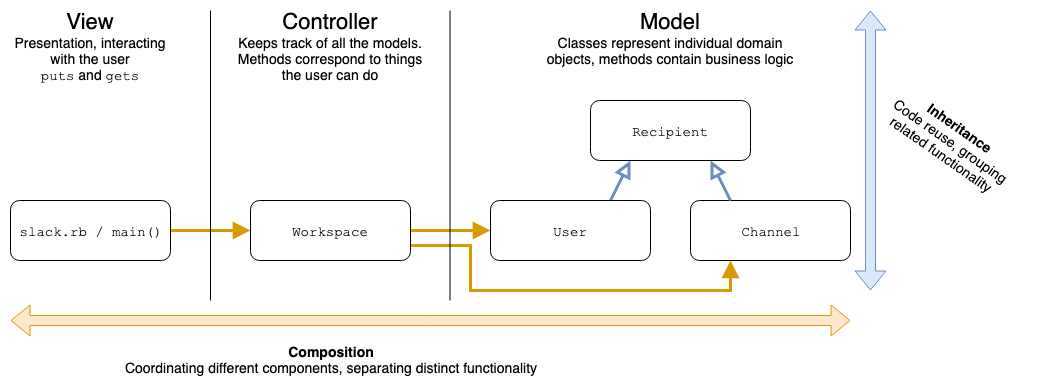
The draw.io diagram 02-intermediate-ruby/images/Composition-and-Inheritance.png in Ada-Developers-Academy/textbook-curriculum, before a commit. Source tidied: cells renumbered, new cells last; positions are measured from the earlier drawing's top-left corner, leaving out a move shared by most shapes. Its diagram source:
```xml
<mxGraphModel>
  <root>
    <mxCell id="0" />
    <mxCell id="1" parent="0" />
    <mxCell id="2" style="edgeStyle=none;rounded=0;jettySize=auto;html=1;exitX=1;exitY=0.5;exitDx=0;exitDy=0;entryX=0;entryY=0.5;entryDx=0;entryDy=0;endArrow=block;endFill=1;endSize=10;strokeWidth=3;fontSize=14;fillColor=#ffe6cc;strokeColor=#d79b00;" parent="1" edge="1" source="3" target="6">
      <mxGeometry relative="1" as="geometry" />
    </mxCell>
    <mxCell id="3" value="&lt;font face=&quot;Courier New&quot; style=&quot;font-size: 14px;&quot;&gt;slack.rb / main()&lt;/font&gt;" style="rounded=1;whiteSpace=wrap;html=1;fontSize=14;" parent="1" vertex="1">
      <mxGeometry x="10" y="200" width="160" height="60" as="geometry" />
    </mxCell>
    <mxCell id="4" style="edgeStyle=none;rounded=0;jettySize=auto;html=1;exitX=1;exitY=0.5;exitDx=0;exitDy=0;endArrow=block;endFill=1;endSize=10;strokeWidth=3;fontSize=14;fillColor=#ffe6cc;strokeColor=#d79b00;" parent="1" edge="1" source="6" target="8">
      <mxGeometry relative="1" as="geometry" />
    </mxCell>
    <mxCell id="5" style="edgeStyle=orthogonalEdgeStyle;rounded=0;jettySize=auto;html=1;exitX=1;exitY=0.75;exitDx=0;exitDy=0;entryX=0.25;entryY=1;entryDx=0;entryDy=0;endArrow=block;endFill=1;endSize=10;strokeWidth=3;fontSize=14;fillColor=#ffe6cc;strokeColor=#d79b00;" parent="1" edge="1" source="6" target="9">
      <mxGeometry relative="1" as="geometry">
        <Array as="points">
          <mxPoint x="470" y="245" />
          <mxPoint x="470" y="290" />
          <mxPoint x="730" y="290" />
        </Array>
      </mxGeometry>
    </mxCell>
    <mxCell id="6" value="&lt;font face=&quot;Courier New&quot; style=&quot;font-size: 14px&quot;&gt;Workspace&lt;/font&gt;" style="rounded=1;whiteSpace=wrap;html=1;fontSize=14;" parent="1" vertex="1">
      <mxGeometry x="250" y="200" width="160" height="60" as="geometry" />
    </mxCell>
    <mxCell id="7" style="rounded=0;jettySize=auto;html=1;exitX=0.75;exitY=0;exitDx=0;exitDy=0;entryX=0.25;entryY=1;entryDx=0;entryDy=0;fontSize=14;endArrow=block;endFill=0;strokeWidth=3;endSize=10;fillColor=#dae8fc;strokeColor=#6c8ebf;" parent="1" edge="1" source="8" target="10">
      <mxGeometry relative="1" as="geometry" />
    </mxCell>
    <mxCell id="8" value="&lt;font face=&quot;Courier New&quot; style=&quot;font-size: 14px&quot;&gt;User&lt;/font&gt;" style="rounded=1;whiteSpace=wrap;html=1;fontSize=14;" parent="1" vertex="1">
      <mxGeometry x="490" y="200" width="160" height="60" as="geometry" />
    </mxCell>
    <mxCell id="9" value="&lt;font face=&quot;Courier New&quot; style=&quot;font-size: 14px&quot;&gt;Channel&lt;/font&gt;" style="rounded=1;whiteSpace=wrap;html=1;fontSize=14;" parent="1" vertex="1">
      <mxGeometry x="690" y="200" width="160" height="60" as="geometry" />
    </mxCell>
    <mxCell id="10" value="&lt;font face=&quot;Courier New&quot; style=&quot;font-size: 14px&quot;&gt;Recipient&lt;/font&gt;" style="rounded=1;whiteSpace=wrap;html=1;fontSize=14;" parent="1" vertex="1">
      <mxGeometry x="590" y="100" width="160" height="60" as="geometry" />
    </mxCell>
    <mxCell id="11" style="rounded=0;jettySize=auto;html=1;exitX=0.25;exitY=0;exitDx=0;exitDy=0;entryX=0.75;entryY=1;entryDx=0;entryDy=0;fontSize=14;endArrow=block;endFill=0;strokeWidth=3;endSize=10;fillColor=#dae8fc;strokeColor=#6c8ebf;" parent="1" edge="1" source="9" target="10">
      <mxGeometry relative="1" as="geometry" />
    </mxCell>
    <mxCell id="12" style="shape=flexArrow;endArrow=classic;startArrow=classic;html=1;strokeWidth=1;fontSize=14;fillColor=#dae8fc;strokeColor=#6c8ebf;" parent="1" edge="1">
      <mxGeometry relative="1" as="geometry">
        <mxPoint x="870" y="290" as="sourcePoint" />
        <mxPoint x="870" y="10" as="targetPoint" />
      </mxGeometry>
    </mxCell>
    <mxCell id="13" value="&lt;b&gt;Inheritance&lt;/b&gt;&lt;br&gt;Code reuse, grouping&lt;br&gt;related functionality&lt;br&gt;" style="text;html=1;strokeColor=none;fillColor=none;align=center;verticalAlign=middle;whiteSpace=wrap;rounded=0;fontSize=14;rotation=35;" parent="1" vertex="1">
      <mxGeometry x="860" y="100" width="180" height="80" as="geometry" />
    </mxCell>
    <mxCell id="14" value="&lt;font&gt;&lt;font style=&quot;font-size: 22px&quot;&gt;View&lt;/font&gt;&lt;br&gt;Presentation, interacting with the user&lt;br&gt;&lt;font face=&quot;Courier New&quot;&gt;puts&lt;/font&gt; and &lt;font face=&quot;Courier New&quot;&gt;gets&lt;/font&gt;&lt;br&gt;&lt;/font&gt;" style="text;html=1;align=center;verticalAlign=middle;whiteSpace=wrap;rounded=0;fontSize=14;" parent="1" vertex="1">
      <mxGeometry width="180" height="90" as="geometry" />
    </mxCell>
    <mxCell id="15" value="&lt;font&gt;&lt;font style=&quot;font-size: 22px&quot;&gt;Controller&lt;/font&gt;&lt;br&gt;Keeps track of all the models. Methods correspond to things the user can do&lt;br&gt;&lt;/font&gt;" style="text;html=1;strokeColor=none;fillColor=none;align=center;verticalAlign=middle;whiteSpace=wrap;rounded=0;fontSize=14;" parent="1" vertex="1">
      <mxGeometry x="230" width="200" height="90" as="geometry" />
    </mxCell>
    <mxCell id="16" value="&lt;font&gt;&lt;font style=&quot;font-size: 22px&quot;&gt;Model&lt;/font&gt;&lt;br&gt;Classes represent individual domain objects, methods contain business logic&lt;br&gt;&lt;br&gt;&lt;/font&gt;" style="text;html=1;strokeColor=none;fillColor=none;align=center;verticalAlign=middle;whiteSpace=wrap;rounded=0;fontSize=14;" parent="1" vertex="1">
      <mxGeometry x="535" width="270" height="90" as="geometry" />
    </mxCell>
    <mxCell id="17" style="endArrow=none;html=1;strokeWidth=1;fontSize=14;" parent="1" edge="1">
      <mxGeometry relative="1" as="geometry">
        <mxPoint x="210" y="300" as="sourcePoint" />
        <mxPoint x="210" y="10" as="targetPoint" />
      </mxGeometry>
    </mxCell>
    <mxCell id="18" style="endArrow=none;html=1;strokeWidth=1;fontSize=14;" parent="1" edge="1">
      <mxGeometry relative="1" as="geometry">
        <mxPoint x="449.5" y="300" as="sourcePoint" />
        <mxPoint x="449.5" y="10" as="targetPoint" />
      </mxGeometry>
    </mxCell>
    <mxCell id="19" style="shape=flexArrow;endArrow=classic;startArrow=classic;html=1;strokeWidth=1;fontSize=14;fillColor=#ffe6cc;strokeColor=#d79b00;" parent="1" edge="1">
      <mxGeometry relative="1" as="geometry">
        <mxPoint x="10" y="320" as="sourcePoint" />
        <mxPoint x="850" y="320" as="targetPoint" />
      </mxGeometry>
    </mxCell>
    <mxCell id="20" value="&lt;b&gt;Composition&lt;/b&gt;&lt;br&gt;Coordinating different components, separating distinct functionality&lt;br&gt;" style="text;html=1;strokeColor=none;fillColor=none;align=center;verticalAlign=middle;whiteSpace=wrap;rounded=0;fontSize=14;rotation=0;" parent="1" vertex="1">
      <mxGeometry x="110" y="330" width="440" height="58" as="geometry" />
    </mxCell>
  </root>
</mxGraphModel>
```
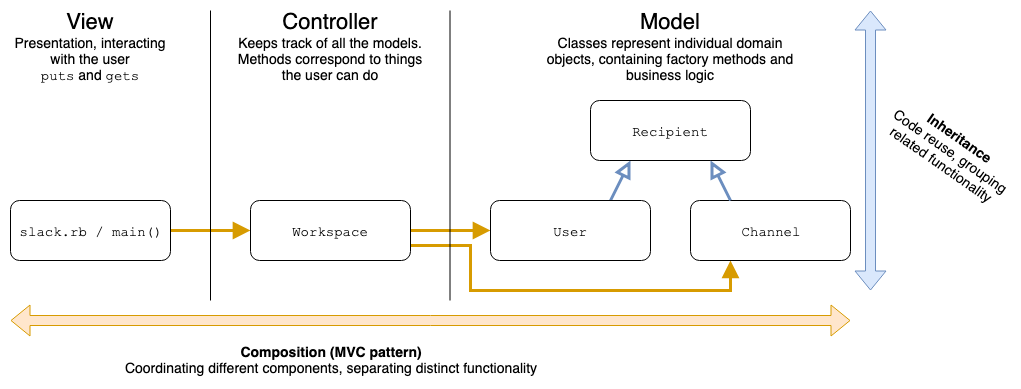
The same file after the commit.

Commit message:
Update the composition/inheritance picture a bit

Change to the diagram source:
```diff
@@ -45,7 +45,7 @@
       </mxGeometry>
     </mxCell>
     <mxCell id="13" value="&lt;b&gt;Inheritance&lt;/b&gt;&lt;br&gt;Code reuse, grouping&lt;br&gt;related functionality&lt;br&gt;" style="text;html=1;strokeColor=none;fillColor=none;align=center;verticalAlign=middle;whiteSpace=wrap;rounded=0;fontSize=14;rotation=35;" parent="1" vertex="1">
-      <mxGeometry x="860" y="100" width="180" height="80" as="geometry" />
+      <mxGeometry x="880" y="130" width="140" height="40" as="geometry" />
     </mxCell>
     <mxCell id="14" value="&lt;font&gt;&lt;font style=&quot;font-size: 22px&quot;&gt;View&lt;/font&gt;&lt;br&gt;Presentation, interacting with the user&lt;br&gt;&lt;font face=&quot;Courier New&quot;&gt;puts&lt;/font&gt; and &lt;font face=&quot;Courier New&quot;&gt;gets&lt;/font&gt;&lt;br&gt;&lt;/font&gt;" style="text;html=1;align=center;verticalAlign=middle;whiteSpace=wrap;rounded=0;fontSize=14;" parent="1" vertex="1">
       <mxGeometry width="180" height="90" as="geometry" />
@@ -53,7 +53,7 @@
     <mxCell id="15" value="&lt;font&gt;&lt;font style=&quot;font-size: 22px&quot;&gt;Controller&lt;/font&gt;&lt;br&gt;Keeps track of all the models. Methods correspond to things the user can do&lt;br&gt;&lt;/font&gt;" style="text;html=1;strokeColor=none;fillColor=none;align=center;verticalAlign=middle;whiteSpace=wrap;rounded=0;fontSize=14;" parent="1" vertex="1">
       <mxGeometry x="230" width="200" height="90" as="geometry" />
     </mxCell>
-    <mxCell id="16" value="&lt;font&gt;&lt;font style=&quot;font-size: 22px&quot;&gt;Model&lt;/font&gt;&lt;br&gt;Classes represent individual domain objects, methods contain business logic&lt;br&gt;&lt;br&gt;&lt;/font&gt;" style="text;html=1;strokeColor=none;fillColor=none;align=center;verticalAlign=middle;whiteSpace=wrap;rounded=0;fontSize=14;" parent="1" vertex="1">
+    <mxCell id="16" value="&lt;font&gt;&lt;font style=&quot;font-size: 22px&quot;&gt;Model&lt;/font&gt;&lt;br&gt;Classes represent individual domain objects, containing factory methods and business logic&lt;br&gt;&lt;/font&gt;" style="text;html=1;strokeColor=none;fillColor=none;align=center;verticalAlign=middle;whiteSpace=wrap;rounded=0;fontSize=14;" parent="1" vertex="1">
       <mxGeometry x="535" width="270" height="90" as="geometry" />
     </mxCell>
     <mxCell id="17" style="endArrow=none;html=1;strokeWidth=1;fontSize=14;" parent="1" edge="1">
@@ -74,7 +74,7 @@
         <mxPoint x="850" y="320" as="targetPoint" />
       </mxGeometry>
     </mxCell>
-    <mxCell id="20" value="&lt;b&gt;Composition&lt;/b&gt;&lt;br&gt;Coordinating different components, separating distinct functionality&lt;br&gt;" style="text;html=1;strokeColor=none;fillColor=none;align=center;verticalAlign=middle;whiteSpace=wrap;rounded=0;fontSize=14;rotation=0;" parent="1" vertex="1">
+    <mxCell id="20" value="&lt;b&gt;Composition (MVC pattern)&lt;/b&gt;&lt;br&gt;Coordinating different components, separating distinct functionality&lt;br&gt;" style="text;html=1;strokeColor=none;fillColor=none;align=center;verticalAlign=middle;whiteSpace=wrap;rounded=0;fontSize=14;rotation=0;" parent="1" vertex="1">
       <mxGeometry x="110" y="330" width="440" height="58" as="geometry" />
     </mxCell>
   </root>
```
